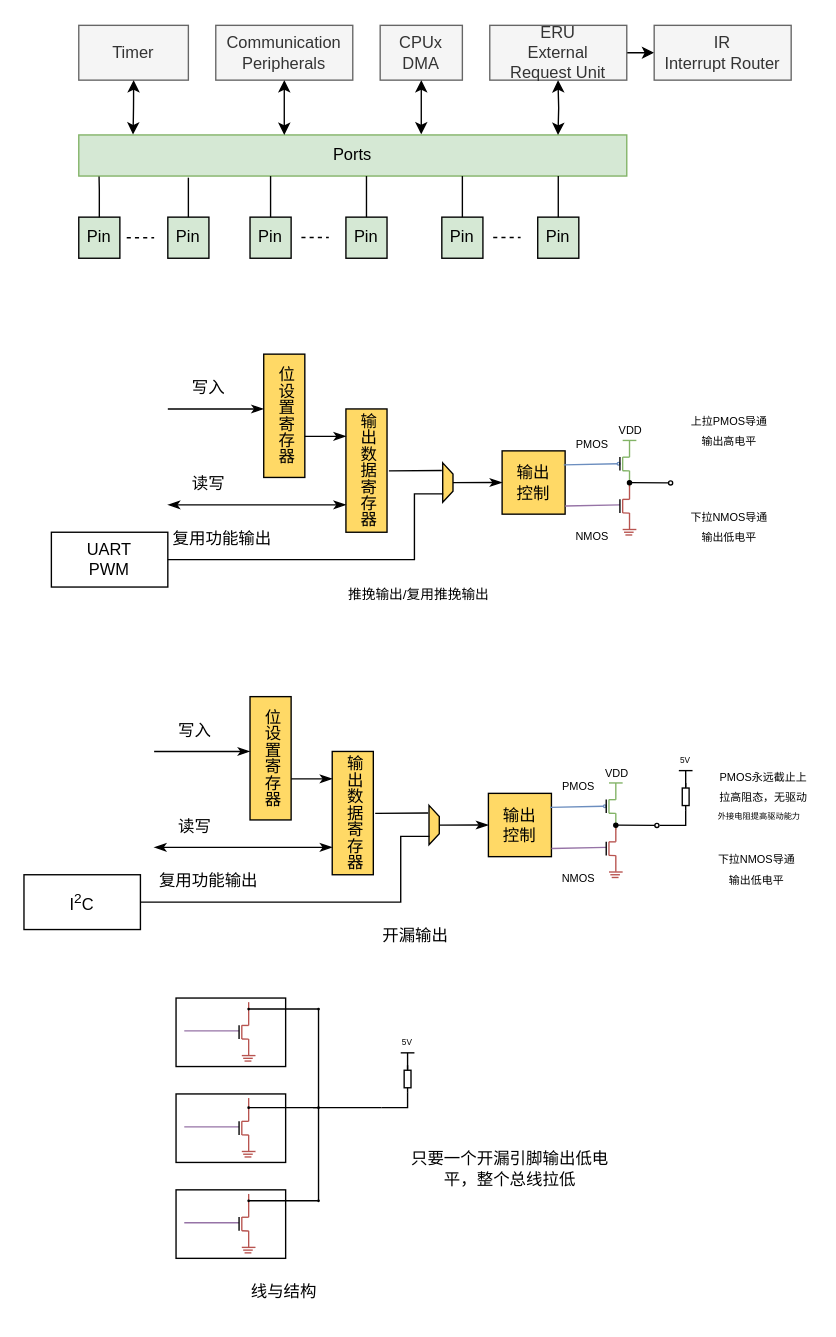
This is page "GPIO的系统集成" (2 of 2) of drawio/gpio.drawio from iceyxy/flow-chart-drawio, a draw.io file, before an edit. Source tidied: cells renumbered, new cells numbered last; positions are measured from the earlier drawing's top-left corner, leaving out a move shared by most shapes. Both pictures are drawn from the tidied source at 137%, with x=0, y=0 at pixel (23, 25).
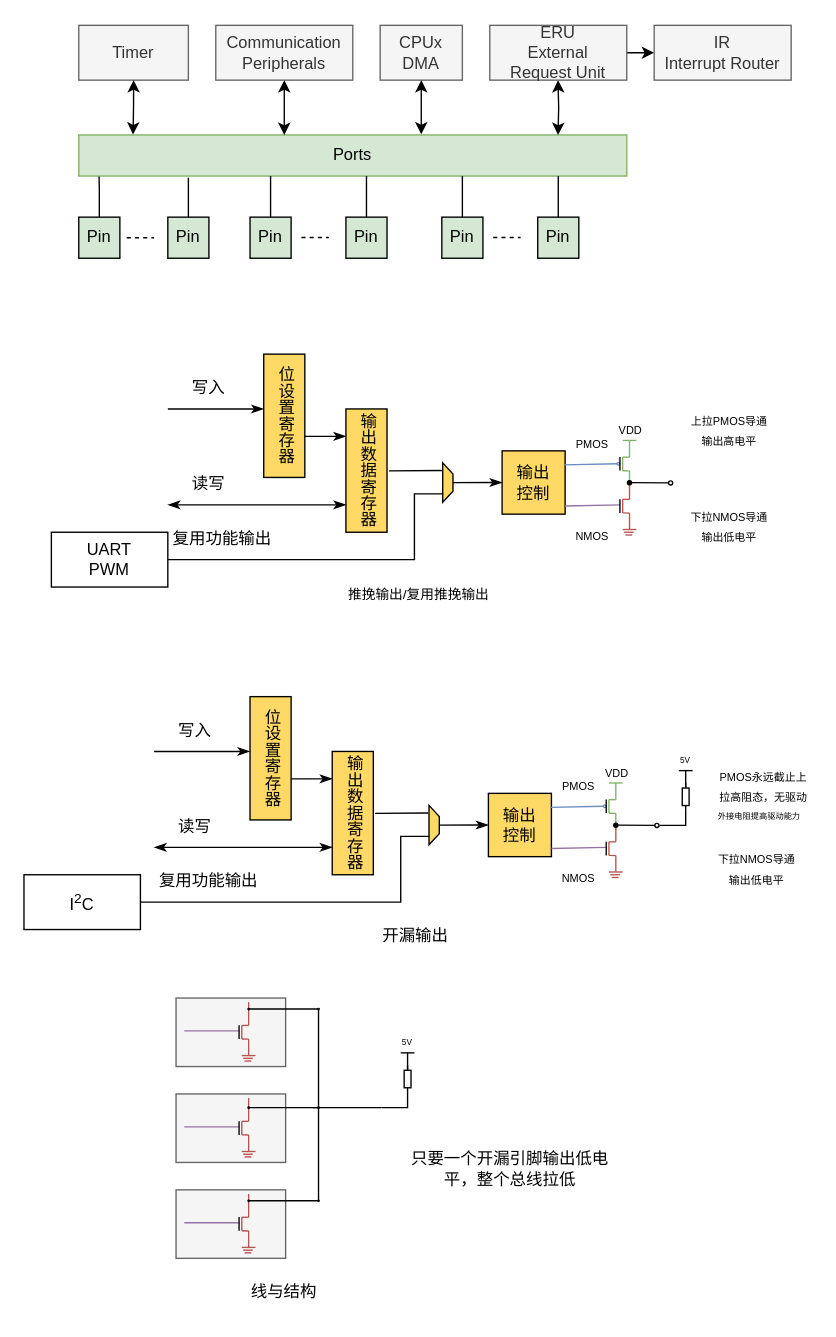
The same diagram, later.

Unchanged cells that the change refers to:
```xml
<mxCell id="122" style="group;" parent="121" vertex="1">
  <mxGeometry width="100" height="50" as="geometry" />
</mxCell>
<mxCell id="135" style="group;" parent="121" vertex="1">
  <mxGeometry y="70" width="100" height="50" as="geometry" />
</mxCell>
<mxCell id="148" style="group;" parent="121" vertex="1">
  <mxGeometry y="140" width="100" height="50" as="geometry" />
</mxCell>
```

Change to the diagram source:
```diff
@@
-    <mxCell id="123" style="rounded=0;whiteSpace=wrap;html=1;" parent="122" vertex="1">
+    <mxCell id="123" style="rounded=0;whiteSpace=wrap;html=1;fillColor=#f5f5f5;fontColor=#333333;strokeColor=#666666;" parent="122" vertex="1">
       <mxGeometry width="80" height="50" as="geometry" />
     </mxCell>
@@
-    <mxCell id="136" style="rounded=0;whiteSpace=wrap;html=1;" parent="135" vertex="1">
+    <mxCell id="136" style="rounded=0;whiteSpace=wrap;html=1;fillColor=#f5f5f5;fontColor=#333333;strokeColor=#666666;" parent="135" vertex="1">
       <mxGeometry width="80" height="50" as="geometry" />
     </mxCell>
@@
-    <mxCell id="149" style="rounded=0;whiteSpace=wrap;html=1;" parent="148" vertex="1">
+    <mxCell id="149" style="rounded=0;whiteSpace=wrap;html=1;fillColor=#f5f5f5;fontColor=#333333;strokeColor=#666666;" parent="148" vertex="1">
       <mxGeometry width="80" height="50" as="geometry" />
     </mxCell>
```
